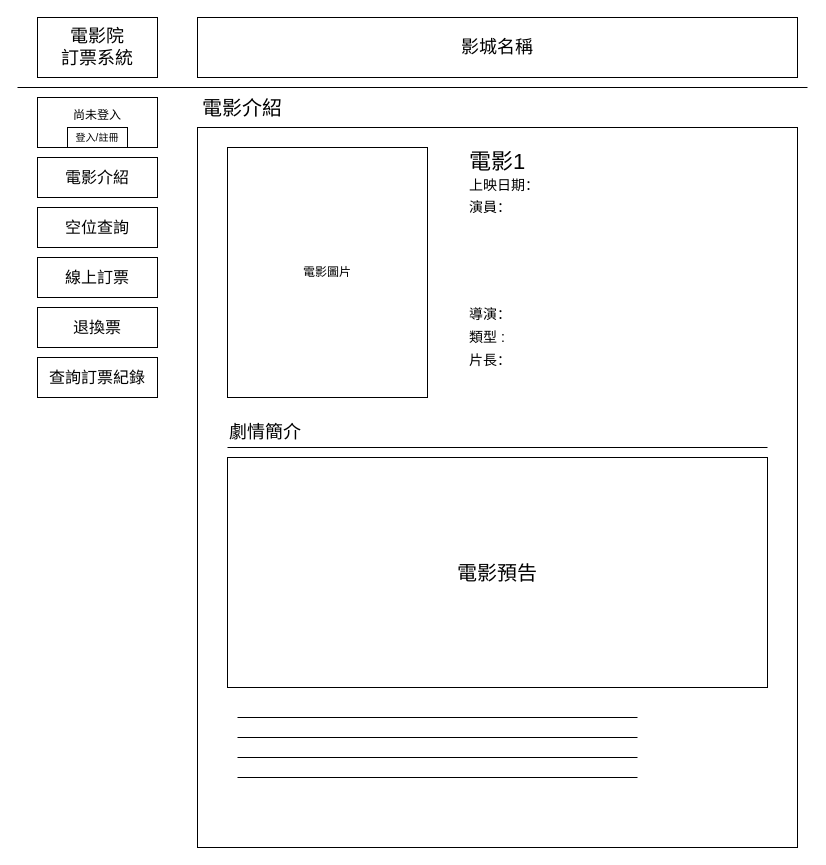
TYChicode/deepbowl keeps this draw.io diagram as UI/原檔/電影介紹.drawio. Above is the earlier version. Source tidied: cells renumbered, new cells numbered last; positions are measured from the earlier drawing's top-left corner, leaving out a move shared by most shapes. Both pictures are drawn from the tidied source at 100%, with x=0, y=0 at pixel (17, 17).
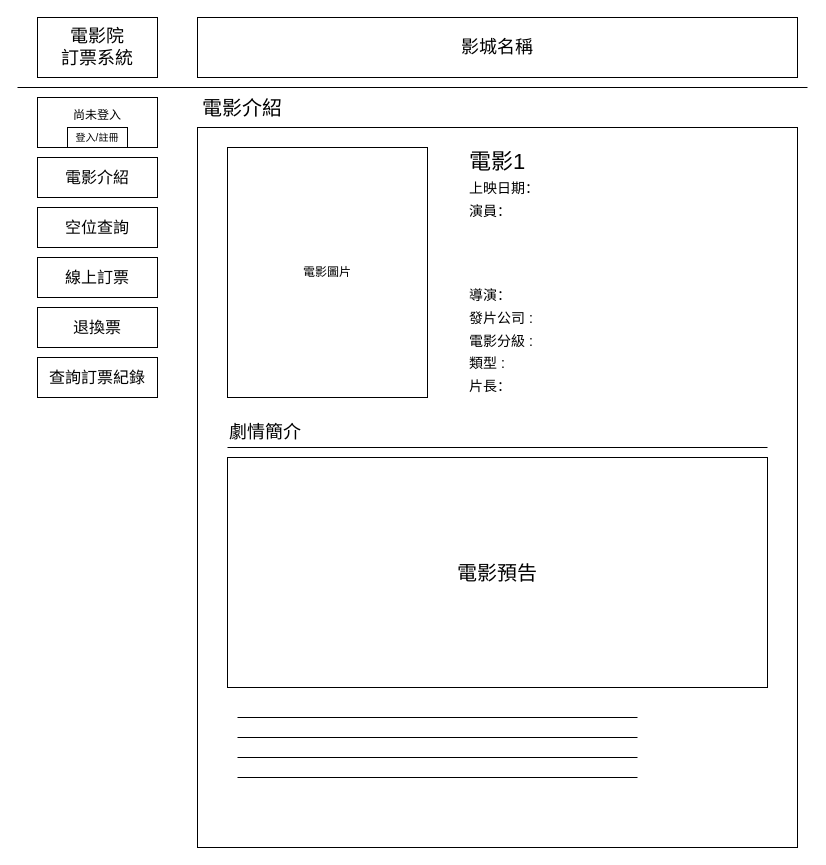
The same diagram, later.

What changed in the source:
```diff
@@
-    <mxCell id="16" value="&lt;div style=&quot;font-size: 14px&quot;&gt;&lt;font style=&quot;font-size: 14px&quot;&gt;上映日期：&lt;/font&gt;&lt;/div&gt;&lt;div style=&quot;font-size: 5px&quot;&gt;&lt;font style=&quot;font-size: 5px&quot;&gt;&lt;br&gt;&lt;/font&gt;&lt;/div&gt;&lt;div style=&quot;font-size: 14px&quot;&gt;&lt;font style=&quot;font-size: 14px&quot;&gt;演員：&lt;/font&gt;&lt;/div&gt;&lt;div style=&quot;font-size: 14px&quot;&gt;&lt;font style=&quot;font-size: 14px&quot;&gt;&lt;br&gt;&lt;/font&gt;&lt;/div&gt;&lt;div style=&quot;font-size: 14px&quot;&gt;&lt;font style=&quot;font-size: 14px&quot;&gt;&lt;br&gt;&lt;/font&gt;&lt;/div&gt;&lt;div style=&quot;font-size: 14px&quot;&gt;&lt;font style=&quot;font-size: 14px&quot;&gt;&lt;br&gt;&lt;/font&gt;&lt;/div&gt;&lt;div style=&quot;font-size: 14px&quot;&gt;&lt;font style=&quot;font-size: 14px&quot;&gt;&lt;br&gt;&lt;/font&gt;&lt;/div&gt;&lt;div style=&quot;font-size: 14px&quot;&gt;&lt;br&gt;&lt;/div&gt;&lt;div style=&quot;font-size: 5px&quot;&gt;&lt;font style=&quot;font-size: 5px&quot;&gt;&lt;br&gt;&lt;/font&gt;&lt;/div&gt;&lt;div style=&quot;font-size: 14px&quot;&gt;&lt;font style=&quot;font-size: 14px&quot;&gt;導演：&lt;/font&gt;&lt;/div&gt;&lt;div style=&quot;font-size: 5px&quot;&gt;&lt;font style=&quot;font-size: 5px&quot;&gt;&lt;br&gt;&lt;/font&gt;&lt;/div&gt;&lt;div style=&quot;font-size: 14px&quot;&gt;類型 :&lt;/div&gt;&lt;div style=&quot;font-size: 5px&quot;&gt;&lt;font style=&quot;font-size: 5px&quot;&gt;&lt;br&gt;&lt;/font&gt;&lt;/div&gt;&lt;div style=&quot;font-size: 14px&quot;&gt;&lt;font style=&quot;font-size: 14px&quot;&gt;片長：&lt;br&gt;&lt;/font&gt;&lt;/div&gt;" style="text;html=1;align=left;verticalAlign=middle;" parent="1" vertex="1">
-      <mxGeometry x="450" y="155" width="90" height="200" as="geometry" />
+    <mxCell id="16" value="&lt;div style=&quot;font-size: 14px&quot;&gt;&lt;font style=&quot;font-size: 14px&quot;&gt;上映日期：&lt;/font&gt;&lt;/div&gt;&lt;div style=&quot;font-size: 5px&quot;&gt;&lt;font style=&quot;font-size: 5px&quot;&gt;&lt;br&gt;&lt;/font&gt;&lt;/div&gt;&lt;div style=&quot;font-size: 14px&quot;&gt;&lt;font style=&quot;font-size: 14px&quot;&gt;演員：&lt;/font&gt;&lt;/div&gt;&lt;div style=&quot;font-size: 14px&quot;&gt;&lt;font style=&quot;font-size: 14px&quot;&gt;&lt;br&gt;&lt;/font&gt;&lt;/div&gt;&lt;div style=&quot;font-size: 14px&quot;&gt;&lt;font style=&quot;font-size: 14px&quot;&gt;&lt;br&gt;&lt;/font&gt;&lt;/div&gt;&lt;div style=&quot;font-size: 14px&quot;&gt;&lt;br&gt;&lt;/div&gt;&lt;div style=&quot;font-size: 14px&quot;&gt;&lt;br&gt;&lt;/div&gt;&lt;div style=&quot;font-size: 14px&quot;&gt;&lt;font style=&quot;font-size: 14px&quot;&gt;導演：&lt;/font&gt;&lt;/div&gt;&lt;div style=&quot;font-size: 5px&quot;&gt;&lt;font style=&quot;font-size: 5px&quot;&gt;&lt;br&gt;&lt;/font&gt;&lt;/div&gt;&lt;div style=&quot;font-size: 14px&quot;&gt;&lt;font style=&quot;font-size: 14px&quot;&gt;發片公司 :&lt;/font&gt;&lt;/div&gt;&lt;div style=&quot;font-size: 5px&quot;&gt;&lt;font style=&quot;font-size: 5px&quot;&gt;&lt;br&gt;&lt;/font&gt;&lt;/div&gt;&lt;div style=&quot;font-size: 14px&quot;&gt;&lt;font style=&quot;font-size: 14px&quot;&gt;電影分級 :&lt;/font&gt;&lt;/div&gt;&lt;div style=&quot;font-size: 5px&quot;&gt;&lt;font style=&quot;font-size: 5px&quot;&gt;&lt;br&gt;&lt;/font&gt;&lt;/div&gt;&lt;div style=&quot;font-size: 14px&quot;&gt;類型 :&lt;/div&gt;&lt;div style=&quot;font-size: 5px&quot;&gt;&lt;font style=&quot;font-size: 5px&quot;&gt;&lt;br&gt;&lt;/font&gt;&lt;/div&gt;&lt;div style=&quot;font-size: 14px&quot;&gt;&lt;font style=&quot;font-size: 14px&quot;&gt;片長：&lt;br&gt;&lt;/font&gt;&lt;/div&gt;" style="text;html=1;align=left;verticalAlign=middle;" parent="1" vertex="1">
+      <mxGeometry x="450" y="160" width="90" height="220" as="geometry" />
     </mxCell>
```
